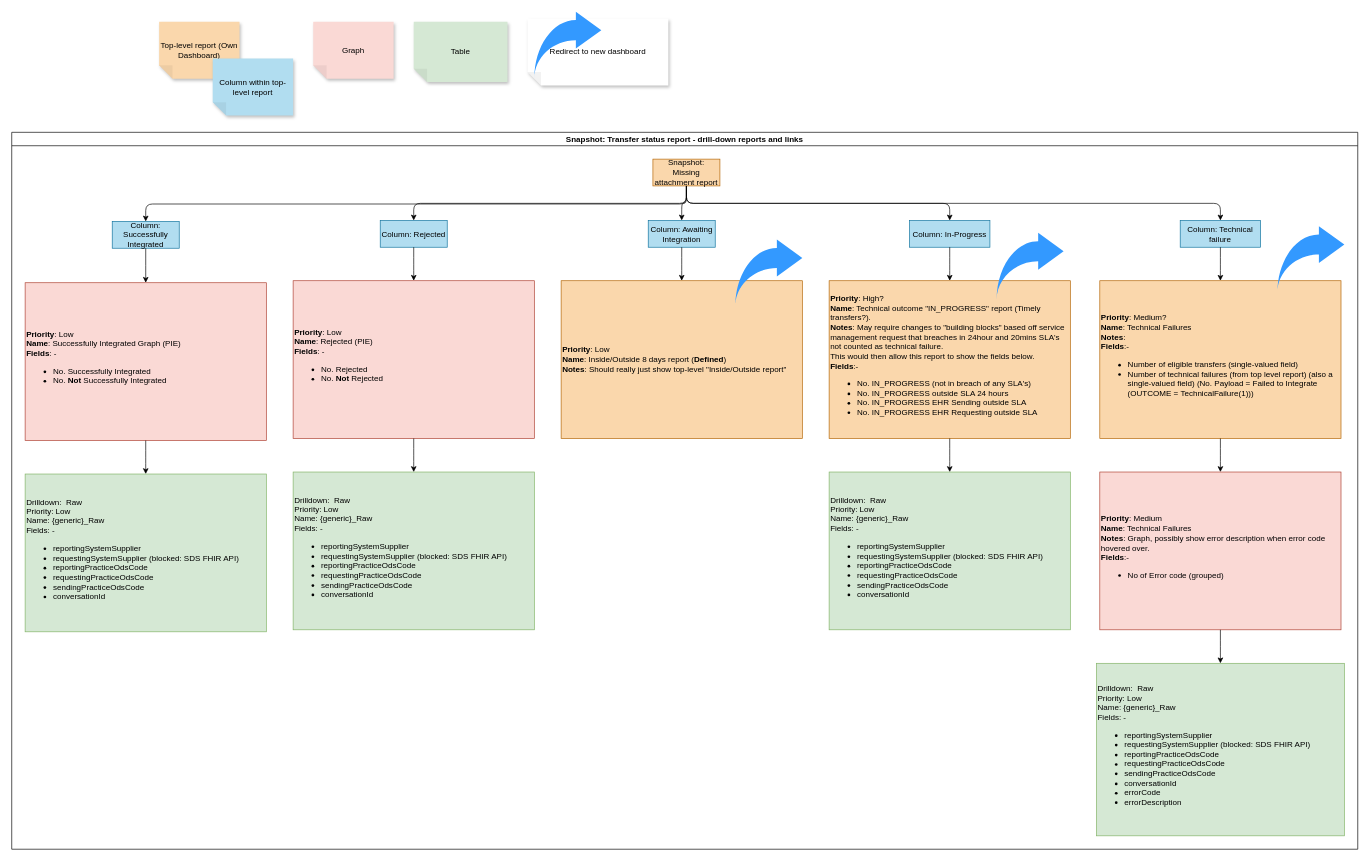
nhsconnect/prm-gp-registrations-mi-reporting keeps this draw.io diagram as page "missing_attachments_report" (2 of 2) of diagrams/draw_io/report_definitions.drawio. Above is the earlier version. Source tidied: cells renumbered, new cells numbered last; positions are measured from the earlier drawing's top-left corner, leaving out a move shared by most shapes. Both pictures are drawn from the tidied source at 67%, with x=0, y=0 at pixel (11, 11).
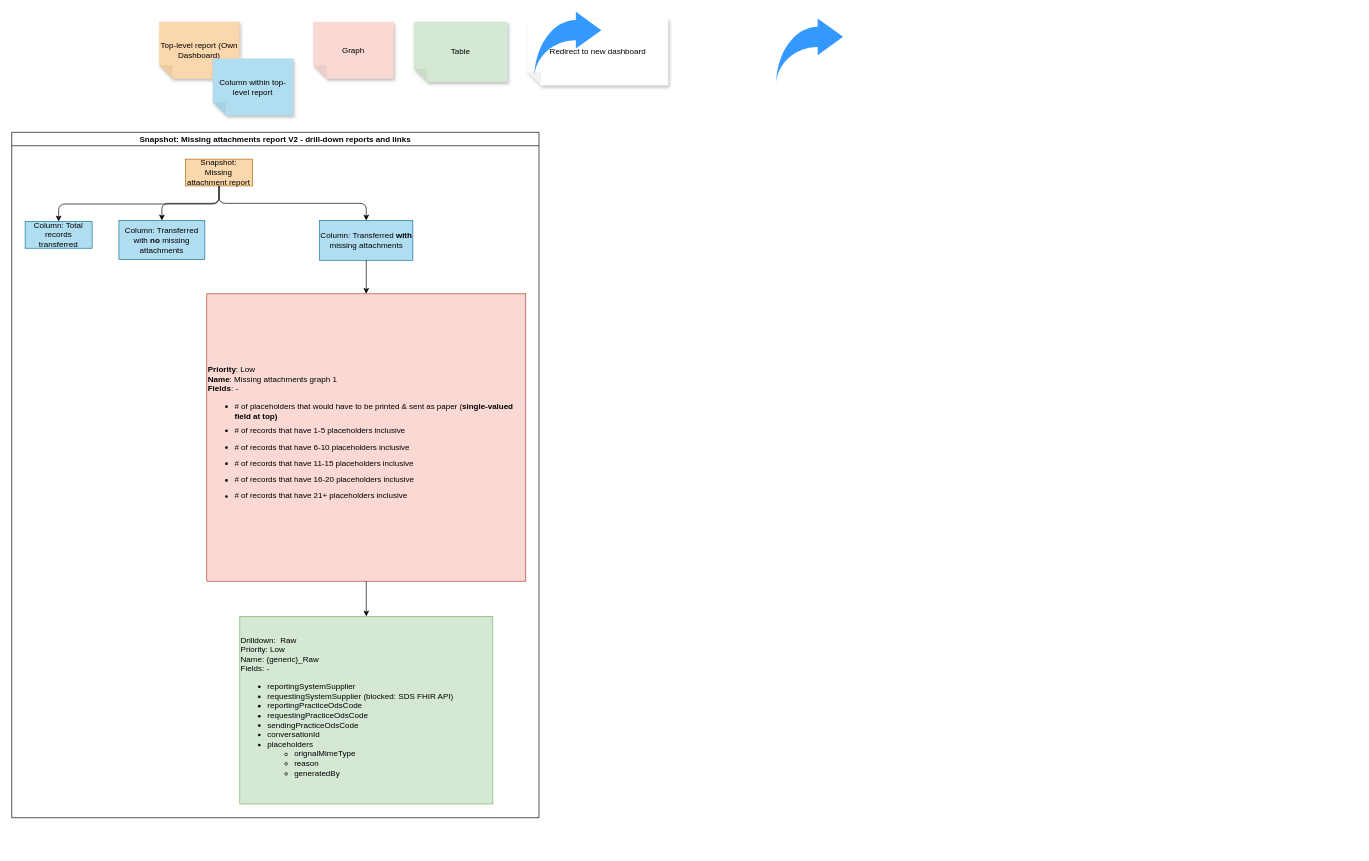
Above is the later version.

Commit message (it also covers changes not shown here):
version 1 missing attachments report

Diff of the diagram source:
```diff
@@
-    <mxCell id="2" value="Snapshot: Transfer status report - drill-down reports and links" style="swimlane;startSize=20;horizontal=1;horizontalTree=0;containerType=tree;fontSize=12;" parent="1" vertex="1">
-      <mxGeometry y="180" width="2009" height="1070" as="geometry" />
+    <mxCell id="2" value="Snapshot: Missing attachments report V2 - drill-down reports and links" style="swimlane;startSize=20;horizontal=1;horizontalTree=0;containerType=tree;fontSize=12;" parent="1" vertex="1">
+      <mxGeometry y="180" width="787" height="1023" as="geometry" />
     </mxCell>
     <mxCell id="3" value="Snapshot: Missing attachment report" style="whiteSpace=wrap;html=1;fillColor=#fad7ac;strokeColor=#b46504;" parent="2" vertex="1">
-      <mxGeometry x="957" y="40" width="100" height="40" as="geometry" />
+      <mxGeometry x="259.4" y="40" width="100" height="40" as="geometry" />
     </mxCell>
-    <mxCell id="4" value="Column: Successfully Integrated" style="whiteSpace=wrap;html=1;fillColor=#b1ddf0;strokeColor=#10739e;" parent="2" vertex="1">
-      <mxGeometry x="150" y="133" width="100" height="40" as="geometry" />
+    <mxCell id="4" value="Column: Total records transferred" style="whiteSpace=wrap;html=1;fillColor=#b1ddf0;strokeColor=#10739e;" parent="2" vertex="1">
+      <mxGeometry x="20" y="133" width="100" height="40" as="geometry" />
     </mxCell>
@@
-    <mxCell id="6" value="Column: Rejected" style="whiteSpace=wrap;html=1;fillColor=#b1ddf0;strokeColor=#10739e;" parent="2" vertex="1">
-      <mxGeometry x="550" y="131.5" width="100" height="40" as="geometry" />
+    <mxCell id="6" value="Column: Transferred with &lt;b&gt;no&lt;/b&gt; missing attachments" style="whiteSpace=wrap;html=1;fillColor=#b1ddf0;strokeColor=#10739e;" parent="2" vertex="1">
+      <mxGeometry x="160" y="131.5" width="128.2" height="58.5" as="geometry" />
     </mxCell>
@@
-    <mxCell id="8" style="edgeStyle=elbowEdgeStyle;elbow=vertical;html=1;rounded=1;curved=0;sourcePerimeterSpacing=0;targetPerimeterSpacing=0;startSize=6;endSize=6;" parent="2" edge="1" source="4" target="9">
-      <mxGeometry relative="1" as="geometry" />
-    </mxCell>
-    <mxCell id="9" value="&lt;b&gt;Priority&lt;/b&gt;: Low &lt;br&gt;&lt;b&gt;Name&lt;/b&gt;: Successfully Integrated Graph (PIE)&lt;br&gt;&lt;b&gt;Fields&lt;/b&gt;: -&lt;br&gt;&lt;ul&gt;&lt;li&gt;&lt;span style=&quot;background-color: initial;&quot;&gt;No. Successfully Integrated&lt;/span&gt;&lt;/li&gt;&lt;li&gt;&lt;span style=&quot;background-color: initial;&quot;&gt;No. &lt;b&gt;Not&lt;/b&gt;&amp;nbsp;&lt;/span&gt;Successfully Integrated&lt;/li&gt;&lt;/ul&gt;" style="whiteSpace=wrap;html=1;align=left;fillColor=#fad9d5;strokeColor=#ae4132;" parent="2" vertex="1">
-      <mxGeometry x="20" y="224.5" width="360" height="235.5" as="geometry" />
-    </mxCell>
@@
-    <mxCell id="11" value="Column: Awaiting Integration" style="whiteSpace=wrap;html=1;fillColor=#b1ddf0;strokeColor=#10739e;" parent="2" vertex="1">
-      <mxGeometry x="950" y="131.5" width="100" height="40" as="geometry" />
+    <mxCell id="11" value="Column: Transferred &lt;b&gt;with&lt;/b&gt; missing attachments" style="whiteSpace=wrap;html=1;fillColor=#b1ddf0;strokeColor=#10739e;" parent="2" vertex="1">
+      <mxGeometry x="459.6" y="131.5" width="139.1" height="59.5" as="geometry" />
     </mxCell>
-    <mxCell id="12" style="edgeStyle=elbowEdgeStyle;elbow=vertical;html=1;rounded=1;curved=0;sourcePerimeterSpacing=0;targetPerimeterSpacing=0;startSize=6;endSize=6;" parent="2" edge="1" source="9" target="13">
-      <mxGeometry relative="1" as="geometry" />
-    </mxCell>
-    <mxCell id="13" value="Drilldown:&amp;nbsp; Raw&lt;br&gt;Priority: Low &lt;br&gt;Name: {generic}_Raw&lt;br&gt;Fields: -&lt;br&gt;&lt;ul&gt;&lt;li style=&quot;border-color: var(--border-color);&quot;&gt;&lt;span style=&quot;border-color: var(--border-color); background-color: initial;&quot;&gt;reportingSystemSupplier&lt;/span&gt;&lt;br style=&quot;border-color: var(--border-color);&quot;&gt;&lt;/li&gt;&lt;li style=&quot;border-color: var(--border-color);&quot;&gt;&lt;span style=&quot;border-color: var(--border-color); background-color: initial;&quot;&gt;requestingSystemSupplier (blocked: SDS FHIR API)&lt;/span&gt;&lt;/li&gt;&lt;li style=&quot;border-color: var(--border-color);&quot;&gt;reportingPracticeOdsCode&lt;/li&gt;&lt;li style=&quot;border-color: var(--border-color);&quot;&gt;requestingPracticeOdsCode&lt;/li&gt;&lt;li style=&quot;border-color: var(--border-color);&quot;&gt;sendingPracticeOdsCode&lt;/li&gt;&lt;li style=&quot;border-color: var(--border-color);&quot;&gt;conversationId&lt;/li&gt;&lt;/ul&gt;" style="whiteSpace=wrap;html=1;align=left;fillColor=#d5e8d4;strokeColor=#82b366;" parent="2" vertex="1">
-      <mxGeometry x="20" y="510" width="360" height="235.5" as="geometry" />
-    </mxCell>
-    <mxCell id="14" value="&lt;b&gt;Priority&lt;/b&gt;: Low &lt;br&gt;&lt;b&gt;Name&lt;/b&gt;: Rejected (PIE)&lt;br&gt;&lt;b&gt;Fields&lt;/b&gt;: -&lt;br&gt;&lt;ul&gt;&lt;li&gt;&lt;span style=&quot;background-color: initial;&quot;&gt;No. Rejected&lt;/span&gt;&lt;/li&gt;&lt;li&gt;&lt;span style=&quot;background-color: initial;&quot;&gt;No. &lt;b&gt;Not&lt;/b&gt;&amp;nbsp;Rejected&lt;/span&gt;&lt;/li&gt;&lt;/ul&gt;" style="whiteSpace=wrap;html=1;align=left;fillColor=#fad9d5;strokeColor=#ae4132;" parent="2" vertex="1">
-      <mxGeometry x="420" y="221.5" width="360" height="235.5" as="geometry" />
-    </mxCell>
-    <mxCell id="15" style="edgeStyle=elbowEdgeStyle;elbow=vertical;html=1;rounded=1;curved=0;sourcePerimeterSpacing=0;targetPerimeterSpacing=0;startSize=6;endSize=6;exitX=0.5;exitY=1;exitDx=0;exitDy=0;" parent="2" edge="1" source="6" target="14">
-      <mxGeometry relative="1" as="geometry" />
-    </mxCell>
-    <mxCell id="16" value="Drilldown:&amp;nbsp; Raw&lt;br&gt;Priority: Low &lt;br&gt;Name: {generic}_Raw&lt;br&gt;Fields: -&lt;br&gt;&lt;ul&gt;&lt;li style=&quot;border-color: var(--border-color);&quot;&gt;&lt;span style=&quot;border-color: var(--border-color); background-color: initial;&quot;&gt;reportingSystemSupplier&lt;/span&gt;&lt;br style=&quot;border-color: var(--border-color);&quot;&gt;&lt;/li&gt;&lt;li style=&quot;border-color: var(--border-color);&quot;&gt;&lt;span style=&quot;border-color: var(--border-color); background-color: initial;&quot;&gt;requestingSystemSupplier (blocked: SDS FHIR API)&lt;/span&gt;&lt;/li&gt;&lt;li style=&quot;border-color: var(--border-color);&quot;&gt;reportingPracticeOdsCode&lt;/li&gt;&lt;li style=&quot;border-color: var(--border-color);&quot;&gt;requestingPracticeOdsCode&lt;/li&gt;&lt;li style=&quot;border-color: var(--border-color);&quot;&gt;sendingPracticeOdsCode&lt;/li&gt;&lt;li style=&quot;border-color: var(--border-color);&quot;&gt;conversationId&lt;/li&gt;&lt;/ul&gt;" style="whiteSpace=wrap;html=1;align=left;fillColor=#d5e8d4;strokeColor=#82b366;" parent="2" vertex="1">
-      <mxGeometry x="420" y="507" width="360" height="235.5" as="geometry" />
-    </mxCell>
-    <mxCell id="17" style="edgeStyle=elbowEdgeStyle;elbow=vertical;html=1;rounded=1;curved=0;sourcePerimeterSpacing=0;targetPerimeterSpacing=0;startSize=6;endSize=6;exitX=0.5;exitY=1;exitDx=0;exitDy=0;" parent="2" edge="1" source="14" target="16">
-      <mxGeometry relative="1" as="geometry" />
-    </mxCell>
-    <mxCell id="18" value="&lt;b&gt;Priority&lt;/b&gt;: Low &lt;br&gt;&lt;b&gt;Name&lt;/b&gt;: Inside/Outside 8 days report (&lt;b&gt;Defined&lt;/b&gt;)&lt;br&gt;&lt;b&gt;Notes&lt;/b&gt;: Should really just show top-level &quot;Inside/Outside report&quot;" style="whiteSpace=wrap;html=1;align=left;fillColor=#fad7ac;strokeColor=#b46504;" parent="2" vertex="1">
-      <mxGeometry x="820" y="221.5" width="360" height="235.5" as="geometry" />
-    </mxCell>
-    <mxCell id="19" style="edgeStyle=elbowEdgeStyle;elbow=vertical;html=1;rounded=1;curved=0;sourcePerimeterSpacing=0;targetPerimeterSpacing=0;startSize=6;endSize=6;exitX=0.5;exitY=1;exitDx=0;exitDy=0;" parent="2" edge="1" source="11" target="18">
-      <mxGeometry relative="1" as="geometry" />
-    </mxCell>
-    <mxCell id="20" style="edgeStyle=elbowEdgeStyle;elbow=vertical;html=1;rounded=1;curved=0;sourcePerimeterSpacing=0;targetPerimeterSpacing=0;startSize=6;endSize=6;" parent="2" edge="1" source="3" target="21">
-      <mxGeometry relative="1" as="geometry" />
-    </mxCell>
-    <mxCell id="21" value="Column: In-Progress" style="whiteSpace=wrap;html=1;fillColor=#b1ddf0;strokeColor=#10739e;" parent="2" vertex="1">
-      <mxGeometry x="1340" y="131.5" width="120" height="40" as="geometry" />
-    </mxCell>
-    <mxCell id="22" value="&lt;b&gt;Priority&lt;/b&gt;: High?&lt;br&gt;&lt;b&gt;Name&lt;/b&gt;: Technical outcome &quot;IN_PROGRESS&quot; report (Timely transfers?).&lt;br&gt;&lt;b&gt;Notes&lt;/b&gt;: May require changes to &quot;building blocks&quot; based off service management request that breaches in 24hour and 20mins SLA's not counted as technical failure.&lt;br&gt;This would then allow this report to show the fields below.&lt;br&gt;&lt;b&gt;Fields&lt;/b&gt;:-&lt;br&gt;&lt;ul&gt;&lt;li&gt;No. IN_PROGRESS (not in breach of any SLA's)&lt;/li&gt;&lt;li&gt;No. IN_PROGRESS outside SLA 24 hours&lt;/li&gt;&lt;li&gt;No. IN_PROGRESS EHR Sending outside SLA&lt;/li&gt;&lt;li&gt;No. IN_PROGRESS EHR Requesting outside SLA&amp;nbsp;&lt;/li&gt;&lt;/ul&gt;" style="whiteSpace=wrap;html=1;align=left;fillColor=#fad7ac;strokeColor=#b46504;" parent="2" vertex="1">
-      <mxGeometry x="1220" y="221.5" width="360" height="235.5" as="geometry" />
-    </mxCell>
-    <mxCell id="23" style="edgeStyle=elbowEdgeStyle;elbow=vertical;html=1;rounded=1;curved=0;sourcePerimeterSpacing=0;targetPerimeterSpacing=0;startSize=6;endSize=6;exitX=0.5;exitY=1;exitDx=0;exitDy=0;" parent="2" edge="1" source="21" target="22">
-      <mxGeometry relative="1" as="geometry" />
-    </mxCell>
-    <mxCell id="24" style="edgeStyle=elbowEdgeStyle;elbow=vertical;html=1;rounded=1;curved=0;sourcePerimeterSpacing=0;targetPerimeterSpacing=0;startSize=6;endSize=6;" parent="2" edge="1" source="3" target="25">
-      <mxGeometry relative="1" as="geometry" />
-    </mxCell>
-    <mxCell id="25" value="Column: Technical failure" style="whiteSpace=wrap;html=1;fillColor=#b1ddf0;strokeColor=#10739e;" parent="2" vertex="1">
-      <mxGeometry x="1744" y="131.5" width="120" height="40" as="geometry" />
-    </mxCell>
-    <mxCell id="26" value="Drilldown:&amp;nbsp; Raw&lt;br&gt;Priority: Low &lt;br&gt;Name: {generic}_Raw&lt;br&gt;Fields: -&lt;br&gt;&lt;ul&gt;&lt;li&gt;&lt;span style=&quot;background-color: initial;&quot;&gt;reportingSystemSupplier&lt;/span&gt;&lt;br&gt;&lt;/li&gt;&lt;li&gt;&lt;span style=&quot;background-color: initial;&quot;&gt;requestingSystemSupplier (blocked: SDS FHIR API)&lt;/span&gt;&lt;/li&gt;&lt;li style=&quot;border-color: var(--border-color);&quot;&gt;reportingPracticeOdsCode&lt;/li&gt;&lt;li style=&quot;border-color: var(--border-color);&quot;&gt;requestingPracticeOdsCode&lt;/li&gt;&lt;li style=&quot;border-color: var(--border-color);&quot;&gt;sendingPracticeOdsCode&lt;/li&gt;&lt;li style=&quot;border-color: var(--border-color);&quot;&gt;conversationId&lt;/li&gt;&lt;/ul&gt;" style="whiteSpace=wrap;html=1;align=left;fillColor=#d5e8d4;strokeColor=#82b366;" parent="2" vertex="1">
-      <mxGeometry x="1220" y="507" width="360" height="235.5" as="geometry" />
-    </mxCell>
-    <mxCell id="27" style="edgeStyle=elbowEdgeStyle;elbow=vertical;html=1;rounded=1;curved=0;sourcePerimeterSpacing=0;targetPerimeterSpacing=0;startSize=6;endSize=6;exitX=0.5;exitY=1;exitDx=0;exitDy=0;" parent="2" edge="1" source="22" target="26">
-      <mxGeometry relative="1" as="geometry" />
-    </mxCell>
-    <mxCell id="28" value="&lt;b&gt;Priority&lt;/b&gt;: Medium?&lt;br&gt;&lt;b&gt;Name&lt;/b&gt;: Technical Failures&lt;br&gt;&lt;b&gt;Notes&lt;/b&gt;:&amp;nbsp;&lt;br&gt;&lt;b&gt;Fields&lt;/b&gt;:-&lt;br&gt;&lt;ul&gt;&lt;li&gt;Number of eligible transfers (single-valued field)&lt;/li&gt;&lt;li&gt;&lt;span style=&quot;background-color: initial;&quot;&gt;Number of technical failures (from top level report) (also a single-valued field) (&lt;/span&gt;No. Payload = Failed to Integrate (OUTCOME = TechnicalFailure(1)))&lt;/li&gt;&lt;/ul&gt;" style="whiteSpace=wrap;html=1;align=left;fillColor=#fad7ac;strokeColor=#b46504;" parent="2" vertex="1">
-      <mxGeometry x="1624" y="221.5" width="360" height="235.5" as="geometry" />
-    </mxCell>
-    <mxCell id="29" style="edgeStyle=elbowEdgeStyle;elbow=vertical;html=1;rounded=1;curved=0;sourcePerimeterSpacing=0;targetPerimeterSpacing=0;startSize=6;endSize=6;exitX=0.5;exitY=1;exitDx=0;exitDy=0;" parent="2" edge="1" source="25" target="28">
-      <mxGeometry relative="1" as="geometry" />
-    </mxCell>
-    <mxCell id="30" style="edgeStyle=elbowEdgeStyle;elbow=vertical;html=1;rounded=1;curved=0;sourcePerimeterSpacing=0;targetPerimeterSpacing=0;startSize=6;endSize=6;exitX=0.5;exitY=1;exitDx=0;exitDy=0;" parent="2" edge="1" source="28" target="31">
-      <mxGeometry relative="1" as="geometry" />
-    </mxCell>
-    <mxCell id="31" value="&lt;b&gt;Priority&lt;/b&gt;: Medium&lt;br&gt;&lt;b&gt;Name&lt;/b&gt;: Technical Failures&lt;br&gt;&lt;b&gt;Notes&lt;/b&gt;: Graph, possibly show error description when error code hovered over.&lt;br&gt;&lt;b&gt;Fields&lt;/b&gt;:-&lt;br&gt;&lt;ul&gt;&lt;li&gt;&lt;span style=&quot;background-color: initial;&quot;&gt;No of Error code (grouped)&lt;/span&gt;&lt;/li&gt;&lt;/ul&gt;" style="whiteSpace=wrap;html=1;align=left;fillColor=#fad9d5;strokeColor=#ae4132;" parent="2" vertex="1">
-      <mxGeometry x="1624" y="507" width="360" height="235.5" as="geometry" />
-    </mxCell>
-    <mxCell id="32" value="Drilldown:&amp;nbsp; Raw&lt;br&gt;Priority: Low &lt;br&gt;Name: {generic}_Raw&lt;br&gt;Fields: -&lt;br&gt;&lt;ul&gt;&lt;li&gt;&lt;span style=&quot;background-color: initial;&quot;&gt;reportingSystemSupplier&lt;/span&gt;&lt;br&gt;&lt;/li&gt;&lt;li&gt;&lt;span style=&quot;background-color: initial;&quot;&gt;requestingSystemSupplier (blocked: SDS FHIR API)&lt;/span&gt;&lt;/li&gt;&lt;li style=&quot;border-color: var(--border-color);&quot;&gt;reportingPracticeOdsCode&lt;/li&gt;&lt;li style=&quot;border-color: var(--border-color);&quot;&gt;requestingPracticeOdsCode&lt;/li&gt;&lt;li style=&quot;border-color: var(--border-color);&quot;&gt;sendingPracticeOdsCode&lt;/li&gt;&lt;li style=&quot;border-color: var(--border-color);&quot;&gt;conversationId&lt;/li&gt;&lt;li style=&quot;border-color: var(--border-color);&quot;&gt;errorCode&lt;/li&gt;&lt;li style=&quot;border-color: var(--border-color);&quot;&gt;errorDescription&lt;/li&gt;&lt;/ul&gt;" style="whiteSpace=wrap;html=1;align=left;fillColor=#d5e8d4;strokeColor=#82b366;" parent="2" vertex="1">
-      <mxGeometry x="1619" y="792.5" width="370" height="257.5" as="geometry" />
-    </mxCell>
-    <mxCell id="33" style="edgeStyle=elbowEdgeStyle;elbow=vertical;html=1;rounded=1;curved=0;sourcePerimeterSpacing=0;targetPerimeterSpacing=0;startSize=6;endSize=6;exitX=0.5;exitY=1;exitDx=0;exitDy=0;" parent="2" edge="1" source="31" target="32">
-      <mxGeometry relative="1" as="geometry" />
-    </mxCell>
-    <mxCell id="34" style="html=1;shadow=0;dashed=0;align=center;verticalAlign=middle;shape=mxgraph.arrows2.jumpInArrow;dy=15;dx=38;arrowHead=55;strokeColor=none;strokeWidth=3;fillColor=#3399FF;gradientColor=none;" parent="2" vertex="1">
-      <mxGeometry x="1080" y="160" width="100" height="100" as="geometry" />
-    </mxCell>
-    <mxCell id="35" style="html=1;shadow=0;dashed=0;align=center;verticalAlign=middle;shape=mxgraph.arrows2.jumpInArrow;dy=15;dx=38;arrowHead=55;strokeColor=none;strokeWidth=3;fillColor=#3399FF;gradientColor=none;" parent="2" vertex="1">
-      <mxGeometry x="1470" y="150" width="100" height="100" as="geometry" />
-    </mxCell>
-    <mxCell id="36" style="html=1;shadow=0;dashed=0;align=center;verticalAlign=middle;shape=mxgraph.arrows2.jumpInArrow;dy=15;dx=38;arrowHead=55;strokeColor=none;strokeWidth=3;fillColor=#3399FF;gradientColor=none;" parent="2" vertex="1">
-      <mxGeometry x="1889" y="140" width="100" height="100" as="geometry" />
-    </mxCell>
+    <mxCell id="43" value="&lt;b&gt;Priority&lt;/b&gt;: Low &lt;br&gt;&lt;b&gt;Name&lt;/b&gt;: Missing attachments graph 1&lt;br&gt;&lt;b&gt;Fields&lt;/b&gt;: -&lt;br&gt;&lt;ul&gt;&lt;li&gt;&lt;span style=&quot;font-size: 1em; letter-spacing: -0.005em; background-color: initial;&quot;&gt;# of placeholders that would have to be printed &amp;amp; sent as paper (&lt;b&gt;single-valued field at top)&lt;/b&gt;&lt;/span&gt;&lt;br&gt;&lt;/li&gt;&lt;li style=&quot;margin-top: var(--ds-space-050, 4px); box-sizing: border-box;&quot;&gt;&lt;p style=&quot;margin: 0px; padding: 0px; font-size: 1em; line-height: 1.714; letter-spacing: -0.005em; box-sizing: border-box;&quot;&gt;# of records that have 1-5 placeholders inclusive&lt;/p&gt;&lt;/li&gt;&lt;li style=&quot;margin-top: var(--ds-space-050, 4px); box-sizing: border-box;&quot;&gt;&lt;p style=&quot;margin: 0px; padding: 0px; font-size: 1em; line-height: 1.714; letter-spacing: -0.005em; box-sizing: border-box;&quot;&gt;# of records that have 6-10 placeholders inclusive&lt;/p&gt;&lt;/li&gt;&lt;li style=&quot;margin-top: var(--ds-space-050, 4px); box-sizing: border-box;&quot;&gt;&lt;p style=&quot;margin: 0px; padding: 0px; font-size: 1em; line-height: 1.714; letter-spacing: -0.005em; box-sizing: border-box;&quot;&gt;# of records that have 11-15 placeholders inclusive&lt;/p&gt;&lt;/li&gt;&lt;li style=&quot;margin-top: var(--ds-space-050, 4px); box-sizing: border-box;&quot;&gt;&lt;p style=&quot;margin: 0px; padding: 0px; font-size: 1em; line-height: 1.714; letter-spacing: -0.005em; box-sizing: border-box;&quot;&gt;# of records that have 16-20 placeholders inclusive&lt;/p&gt;&lt;/li&gt;&lt;li style=&quot;margin-top: var(--ds-space-050, 4px); box-sizing: border-box;&quot;&gt;&lt;p style=&quot;margin: 0px; padding: 0px; font-size: 1em; line-height: 1.714; letter-spacing: -0.005em; box-sizing: border-box;&quot;&gt;# of records that have 21+ placeholders inclusive&lt;/p&gt;&lt;/li&gt;&lt;/ul&gt;" style="whiteSpace=wrap;html=1;align=left;fillColor=#fad9d5;strokeColor=#ae4132;" parent="2" vertex="1">
+      <mxGeometry x="291.1" y="241" width="476.1" height="429" as="geometry" />
+    </mxCell>
+    <mxCell id="44" style="edgeStyle=elbowEdgeStyle;elbow=vertical;html=1;rounded=1;curved=0;sourcePerimeterSpacing=0;targetPerimeterSpacing=0;startSize=6;endSize=6;exitX=0.5;exitY=1;exitDx=0;exitDy=0;" parent="2" edge="1" source="11" target="43">
+      <mxGeometry relative="1" as="geometry" />
+    </mxCell>
+    <mxCell id="45" value="Drilldown:&amp;nbsp; Raw&lt;br&gt;Priority: Low &lt;br&gt;Name: {generic}_Raw&lt;br&gt;Fields: -&lt;br&gt;&lt;ul&gt;&lt;li style=&quot;border-color: var(--border-color);&quot;&gt;&lt;span style=&quot;border-color: var(--border-color); background-color: initial;&quot;&gt;reportingSystemSupplier&lt;/span&gt;&lt;br style=&quot;border-color: var(--border-color);&quot;&gt;&lt;/li&gt;&lt;li style=&quot;border-color: var(--border-color);&quot;&gt;&lt;span style=&quot;border-color: var(--border-color); background-color: initial;&quot;&gt;requestingSystemSupplier (blocked: SDS FHIR API)&lt;/span&gt;&lt;/li&gt;&lt;li style=&quot;border-color: var(--border-color);&quot;&gt;reportingPracticeOdsCode&lt;/li&gt;&lt;li style=&quot;border-color: var(--border-color);&quot;&gt;requestingPracticeOdsCode&lt;/li&gt;&lt;li style=&quot;border-color: var(--border-color);&quot;&gt;sendingPracticeOdsCode&lt;/li&gt;&lt;li style=&quot;border-color: var(--border-color);&quot;&gt;conversationId&lt;/li&gt;&lt;li style=&quot;border-color: var(--border-color);&quot;&gt;placeholders&lt;/li&gt;&lt;ul&gt;&lt;li style=&quot;border-color: var(--border-color);&quot;&gt;orignalMimeType&lt;/li&gt;&lt;li style=&quot;border-color: var(--border-color);&quot;&gt;reason&lt;/li&gt;&lt;li style=&quot;border-color: var(--border-color);&quot;&gt;generatedBy&lt;/li&gt;&lt;/ul&gt;&lt;/ul&gt;" style="whiteSpace=wrap;html=1;align=left;fillColor=#d5e8d4;strokeColor=#82b366;" parent="2" vertex="1">
+      <mxGeometry x="340.4" y="722.5" width="377.6" height="280" as="geometry" />
+    </mxCell>
+    <mxCell id="46" style="edgeStyle=elbowEdgeStyle;elbow=vertical;html=1;rounded=1;curved=0;sourcePerimeterSpacing=0;targetPerimeterSpacing=0;startSize=6;endSize=6;exitX=0.5;exitY=1;exitDx=0;exitDy=0;entryX=0.5;entryY=0;entryDx=0;entryDy=0;" parent="2" edge="1" source="43" target="45">
+      <mxGeometry relative="1" as="geometry" />
+    </mxCell>
@@
+    <mxCell id="36" style="html=1;shadow=0;dashed=0;align=center;verticalAlign=middle;shape=mxgraph.arrows2.jumpInArrow;dy=15;dx=38;arrowHead=55;strokeColor=none;strokeWidth=3;fillColor=#3399FF;gradientColor=none;" parent="1" vertex="1">
+      <mxGeometry x="1140.9" y="10" width="100" height="100" as="geometry" />
+    </mxCell>
```
